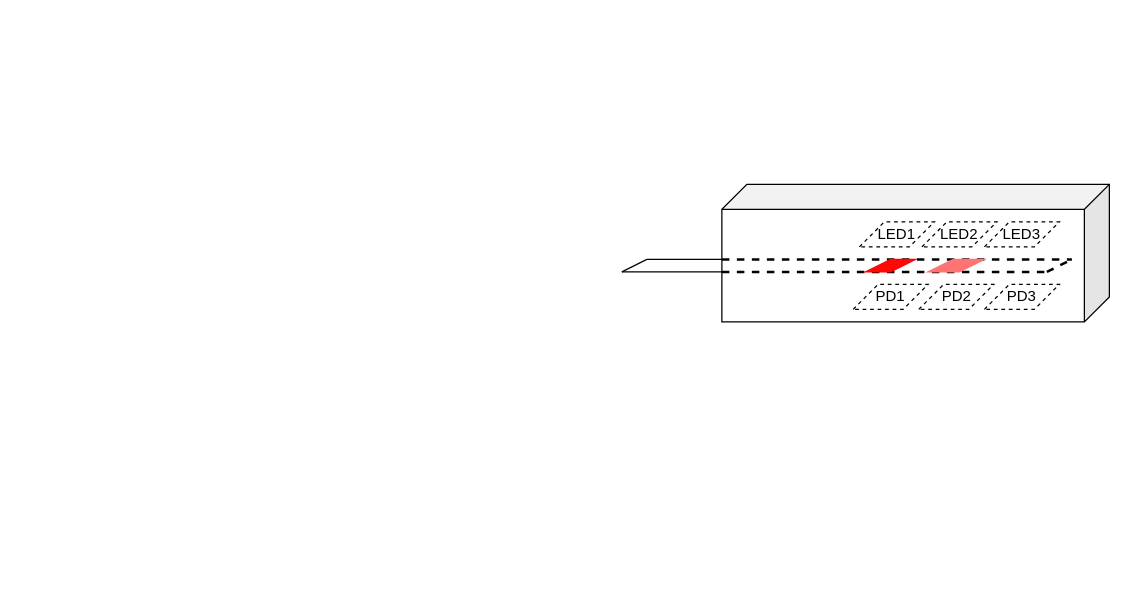
This is LFA_Graph1.drawio from marsukhongduoi/drawio_files, a draw.io file, before an edit. Source tidied: cells renumbered, new cells numbered last; positions are measured from the earlier drawing's top-left corner, leaving out a move shared by most shapes. Both pictures are drawn from the tidied source at 125%, with x=0, y=0 at pixel (621, 184).
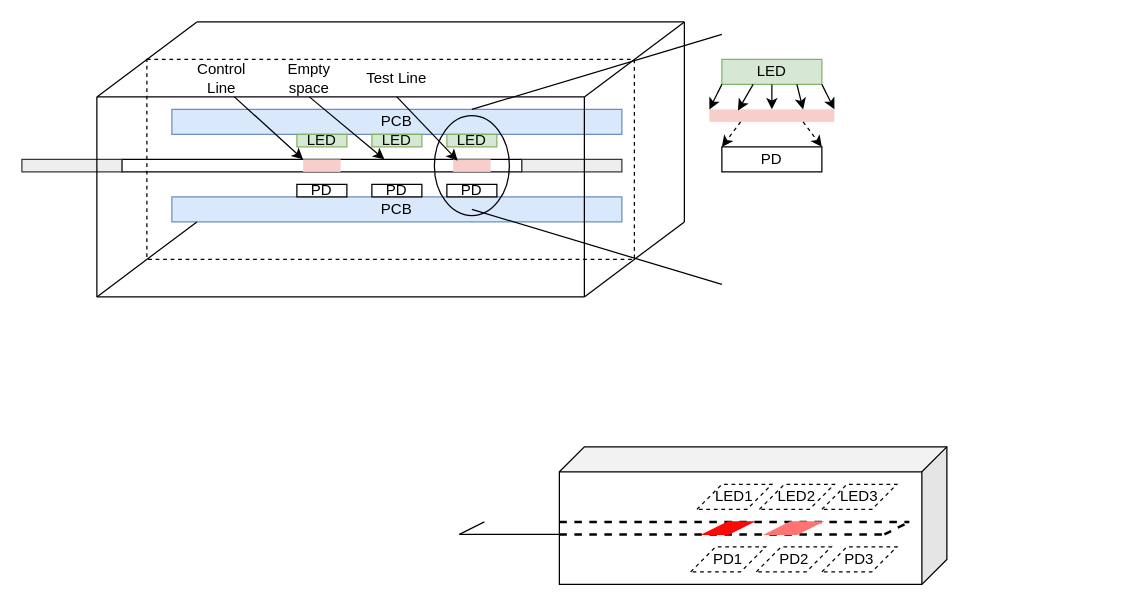
The same page after the edit.

The edit, as a diff of the source:
```diff
@@
+    <mxCell id="20" style="endArrow=none;html=1;rounded=0;exitX=0;exitY=0;exitDx=0;exitDy=0;" parent="1" edge="1">
+      <mxGeometry relative="1" as="geometry">
+        <mxPoint x="-420" y="-70" as="sourcePoint" />
+        <mxPoint x="-340" y="-130" as="targetPoint" />
+      </mxGeometry>
+    </mxCell>
+    <mxCell id="21" style="group;" parent="1" vertex="1">
+      <mxGeometry x="-130" y="210" width="390" height="110" as="geometry" />
+    </mxCell>
-    <mxCell id="2" style="shape=cube;whiteSpace=wrap;html=1;boundedLbl=1;backgroundOutline=1;darkOpacity=0.05;darkOpacity2=0.1;fillColor=none;direction=east;flipH=1;" parent="1" vertex="1">
+    <mxCell id="2" style="shape=cube;whiteSpace=wrap;html=1;boundedLbl=1;backgroundOutline=1;darkOpacity=0.05;darkOpacity2=0.1;fillColor=none;direction=east;flipH=1;" parent="21" vertex="1">
       <mxGeometry x="80" width="310" height="110" as="geometry" />
     </mxCell>
-    <mxCell id="3" value="LED1" style="shape=parallelogram;perimeter=parallelogramPerimeter;whiteSpace=wrap;html=1;fixedSize=1;dashed=1;" parent="1" vertex="1">
+    <mxCell id="3" value="LED1" style="shape=parallelogram;perimeter=parallelogramPerimeter;whiteSpace=wrap;html=1;fixedSize=1;dashed=1;" parent="21" vertex="1">
       <mxGeometry x="190" y="30" width="60" height="20" as="geometry" />
     </mxCell>
-    <mxCell id="4" value="LED2" style="shape=parallelogram;perimeter=parallelogramPerimeter;whiteSpace=wrap;html=1;fixedSize=1;dashed=1;" parent="1" vertex="1">
+    <mxCell id="4" value="LED2" style="shape=parallelogram;perimeter=parallelogramPerimeter;whiteSpace=wrap;html=1;fixedSize=1;dashed=1;" parent="21" vertex="1">
       <mxGeometry x="240" y="30" width="60" height="20" as="geometry" />
     </mxCell>
-    <mxCell id="5" value="LED3" style="shape=parallelogram;perimeter=parallelogramPerimeter;whiteSpace=wrap;html=1;fixedSize=1;dashed=1;" parent="1" vertex="1">
+    <mxCell id="5" value="LED3" style="shape=parallelogram;perimeter=parallelogramPerimeter;whiteSpace=wrap;html=1;fixedSize=1;dashed=1;" parent="21" vertex="1">
       <mxGeometry x="290" y="30" width="60" height="20" as="geometry" />
     </mxCell>
-    <mxCell id="6" value="PD1" style="shape=parallelogram;perimeter=parallelogramPerimeter;whiteSpace=wrap;html=1;fixedSize=1;dashed=1;" parent="1" vertex="1">
+    <mxCell id="6" value="PD1" style="shape=parallelogram;perimeter=parallelogramPerimeter;whiteSpace=wrap;html=1;fixedSize=1;dashed=1;" parent="21" vertex="1">
       <mxGeometry x="185" y="80" width="60" height="20" as="geometry" />
     </mxCell>
-    <mxCell id="7" value="PD2" style="shape=parallelogram;perimeter=parallelogramPerimeter;whiteSpace=wrap;html=1;fixedSize=1;dashed=1;" parent="1" vertex="1">
+    <mxCell id="7" value="PD2" style="shape=parallelogram;perimeter=parallelogramPerimeter;whiteSpace=wrap;html=1;fixedSize=1;dashed=1;" parent="21" vertex="1">
       <mxGeometry x="237.5" y="80" width="60" height="20" as="geometry" />
     </mxCell>
-    <mxCell id="8" value="PD3" style="shape=parallelogram;perimeter=parallelogramPerimeter;whiteSpace=wrap;html=1;fixedSize=1;dashed=1;" parent="1" vertex="1">
+    <mxCell id="8" value="PD3" style="shape=parallelogram;perimeter=parallelogramPerimeter;whiteSpace=wrap;html=1;fixedSize=1;dashed=1;" parent="21" vertex="1">
       <mxGeometry x="290" y="80" width="60" height="20" as="geometry" />
     </mxCell>
-    <mxCell id="9" style="endArrow=none;dashed=1;html=1;strokeWidth=2;rounded=0;" parent="1" edge="1">
+    <mxCell id="9" style="endArrow=none;dashed=1;html=1;strokeWidth=2;rounded=0;" parent="21" edge="1">
       <mxGeometry relative="1" as="geometry">
         <mxPoint x="80" y="60" as="sourcePoint" />
         <mxPoint x="360" y="60" as="targetPoint" />
       </mxGeometry>
     </mxCell>
@@
-    <mxCell id="11" style="endArrow=none;dashed=1;html=1;strokeWidth=2;rounded=0;" parent="1" edge="1">
+    <mxCell id="11" style="endArrow=none;dashed=1;html=1;strokeWidth=2;rounded=0;" parent="21" edge="1">
       <mxGeometry relative="1" as="geometry">
         <mxPoint x="80" y="70" as="sourcePoint" />
         <mxPoint x="340" y="70" as="targetPoint" />
       </mxGeometry>
     </mxCell>
@@
-    <mxCell id="13" style="endArrow=none;dashed=1;html=1;strokeWidth=2;rounded=0;" parent="1" edge="1">
+    <mxCell id="13" style="endArrow=none;dashed=1;html=1;strokeWidth=2;rounded=0;" parent="21" edge="1">
       <mxGeometry relative="1" as="geometry">
         <mxPoint x="340" y="70" as="sourcePoint" />
         <mxPoint x="360" y="60" as="targetPoint" />
       </mxGeometry>
     </mxCell>
@@
-    <mxCell id="15" style="endArrow=none;html=1;rounded=0;" parent="1" edge="1">
-      <mxGeometry relative="1" as="geometry">
-        <mxPoint x="20" y="60" as="sourcePoint" />
-        <mxPoint x="80" y="60" as="targetPoint" />
-      </mxGeometry>
-    </mxCell>
-    <mxCell id="16" style="endArrow=none;html=1;rounded=0;" parent="1" edge="1">
+    <mxCell id="16" style="endArrow=none;html=1;rounded=0;" parent="21" edge="1">
       <mxGeometry relative="1" as="geometry">
         <mxPoint x="20" y="70" as="sourcePoint" />
         <mxPoint x="80" y="70" as="targetPoint" />
         <Array as="points">
           <mxPoint y="70" />
         </Array>
       </mxGeometry>
     </mxCell>
-    <mxCell id="17" style="endArrow=none;html=1;rounded=0;" parent="1" edge="1">
+    <mxCell id="17" style="endArrow=none;html=1;rounded=0;" parent="21" edge="1">
       <mxGeometry relative="1" as="geometry">
         <mxPoint y="70" as="sourcePoint" />
         <mxPoint x="20" y="60" as="targetPoint" />
       </mxGeometry>
     </mxCell>
-    <mxCell id="18" style="shape=parallelogram;perimeter=parallelogramPerimeter;whiteSpace=wrap;html=1;fixedSize=1;strokeColor=#FF0303;fillColor=#FF0808;" parent="1" vertex="1">
+    <mxCell id="18" style="shape=parallelogram;perimeter=parallelogramPerimeter;whiteSpace=wrap;html=1;fixedSize=1;strokeColor=#FF0303;fillColor=#FF0808;" parent="21" vertex="1">
       <mxGeometry x="195" y="60" width="40" height="10" as="geometry" />
     </mxCell>
-    <mxCell id="19" style="shape=parallelogram;perimeter=parallelogramPerimeter;whiteSpace=wrap;html=1;fixedSize=1;strokeColor=#FF7373;fillColor=#FF7373;" parent="1" vertex="1">
+    <mxCell id="19" style="shape=parallelogram;perimeter=parallelogramPerimeter;whiteSpace=wrap;html=1;fixedSize=1;strokeColor=#FF7373;fillColor=#FF7373;" parent="21" vertex="1">
       <mxGeometry x="245" y="60" width="45" height="10" as="geometry" />
     </mxCell>
+    <mxCell id="22" style="endArrow=none;html=1;rounded=0;" parent="1" edge="1">
+      <mxGeometry relative="1" as="geometry">
+        <mxPoint x="50" y="30" as="sourcePoint" />
+        <mxPoint x="50" y="-130" as="targetPoint" />
+      </mxGeometry>
+    </mxCell>
+    <mxCell id="23" style="endArrow=none;html=1;rounded=0;" parent="1" edge="1">
+      <mxGeometry relative="1" as="geometry">
+        <mxPoint x="-340" y="-130" as="sourcePoint" />
+        <mxPoint x="50" y="-130" as="targetPoint" />
+      </mxGeometry>
+    </mxCell>
+    <mxCell id="24" value="PCB" style="rounded=0;whiteSpace=wrap;html=1;fillColor=#dae8fc;strokeColor=#6c8ebf;" parent="1" vertex="1">
+      <mxGeometry x="-360" y="-60" width="360" height="20" as="geometry" />
+    </mxCell>
+    <mxCell id="25" value="LED" style="rounded=0;whiteSpace=wrap;html=1;fillColor=#d5e8d4;strokeColor=#82b366;" parent="1" vertex="1">
+      <mxGeometry x="-140" y="-40" width="40" height="10" as="geometry" />
+    </mxCell>
+    <mxCell id="26" value="LED" style="rounded=0;whiteSpace=wrap;html=1;fillColor=#d5e8d4;strokeColor=#82b366;" parent="1" vertex="1">
+      <mxGeometry x="-200" y="-40" width="40" height="10" as="geometry" />
+    </mxCell>
+    <mxCell id="27" value="LED" style="rounded=0;whiteSpace=wrap;html=1;fillColor=#d5e8d4;strokeColor=#82b366;" parent="1" vertex="1">
+      <mxGeometry x="-260" y="-40" width="40" height="10" as="geometry" />
+    </mxCell>
+    <mxCell id="28" value="PCB" style="rounded=0;whiteSpace=wrap;html=1;fillColor=#dae8fc;strokeColor=#6c8ebf;" parent="1" vertex="1">
+      <mxGeometry x="-360" y="10" width="360" height="20" as="geometry" />
+    </mxCell>
+    <mxCell id="29" value="PD" style="rounded=0;whiteSpace=wrap;html=1;" parent="1" vertex="1">
+      <mxGeometry x="-260" width="40" height="10" as="geometry" />
+    </mxCell>
+    <mxCell id="30" style="rounded=0;whiteSpace=wrap;html=1;" parent="1" vertex="1">
+      <mxGeometry x="-400" y="-20" width="320" height="10" as="geometry" />
+    </mxCell>
+    <mxCell id="31" value="PD" style="rounded=0;whiteSpace=wrap;html=1;" parent="1" vertex="1">
+      <mxGeometry x="-200" width="40" height="10" as="geometry" />
+    </mxCell>
+    <mxCell id="32" value="PD" style="rounded=0;whiteSpace=wrap;html=1;" parent="1" vertex="1">
+      <mxGeometry x="-140" width="40" height="10" as="geometry" />
+    </mxCell>
+    <mxCell id="33" style="rounded=0;whiteSpace=wrap;html=1;fillColor=#f8cecc;strokeColor=none;" parent="1" vertex="1">
+      <mxGeometry x="-255" y="-20" width="30" height="10" as="geometry" />
+    </mxCell>
+    <mxCell id="34" style="rounded=0;whiteSpace=wrap;html=1;fillColor=#f8cecc;strokeColor=none;" parent="1" vertex="1">
+      <mxGeometry x="-135" y="-20" width="30" height="10" as="geometry" />
+    </mxCell>
+    <mxCell id="35" style="endArrow=classic;html=1;rounded=0;entryX=0;entryY=0;entryDx=0;entryDy=0;" parent="1" edge="1" target="33">
+      <mxGeometry relative="1" as="geometry">
+        <mxPoint x="-310" y="-70" as="sourcePoint" />
+      </mxGeometry>
+    </mxCell>
+    <mxCell id="36" style="endArrow=classic;html=1;rounded=0;entryX=0.121;entryY=0.1;entryDx=0;entryDy=0;entryPerimeter=0;" parent="1" edge="1" target="34">
+      <mxGeometry relative="1" as="geometry">
+        <mxPoint x="-180" y="-70" as="sourcePoint" />
+      </mxGeometry>
+    </mxCell>
+    <mxCell id="37" style="endArrow=classic;html=1;rounded=0;" parent="1" edge="1">
+      <mxGeometry relative="1" as="geometry">
+        <mxPoint x="-250" y="-70" as="sourcePoint" />
+        <mxPoint x="-190" y="-20" as="targetPoint" />
+      </mxGeometry>
+    </mxCell>
+    <mxCell id="38" value="Control Line" style="text;html=1;align=center;verticalAlign=middle;whiteSpace=wrap;rounded=0;" parent="1" vertex="1">
+      <mxGeometry x="-350" y="-100" width="60" height="30" as="geometry" />
+    </mxCell>
+    <mxCell id="39" value="Test Line" style="text;html=1;align=center;verticalAlign=middle;whiteSpace=wrap;rounded=0;" parent="1" vertex="1">
+      <mxGeometry x="-210" y="-100" width="60" height="30" as="geometry" />
+    </mxCell>
+    <mxCell id="40" value="Empty space" style="text;html=1;align=center;verticalAlign=middle;whiteSpace=wrap;rounded=0;" parent="1" vertex="1">
+      <mxGeometry x="-280" y="-100" width="60" height="30" as="geometry" />
+    </mxCell>
+    <mxCell id="41" style="rounded=0;whiteSpace=wrap;html=1;fillColor=#eeeeee;strokeColor=#36393d;" parent="1" vertex="1">
+      <mxGeometry x="-80" y="-20" width="80" height="10" as="geometry" />
+    </mxCell>
+    <mxCell id="42" style="rounded=0;whiteSpace=wrap;html=1;fillColor=#eeeeee;strokeColor=#36393d;" parent="1" vertex="1">
+      <mxGeometry x="-480" y="-20" width="80" height="10" as="geometry" />
+    </mxCell>
+    <mxCell id="43" style="rounded=0;whiteSpace=wrap;html=1;fillColor=none;dashed=1;" parent="1" vertex="1">
+      <mxGeometry x="-380" y="-100" width="390" height="160" as="geometry" />
+    </mxCell>
+    <mxCell id="44" style="endArrow=none;html=1;rounded=0;exitX=0;exitY=0;exitDx=0;exitDy=0;" parent="1" edge="1">
+      <mxGeometry relative="1" as="geometry">
+        <mxPoint x="-30" y="-70" as="sourcePoint" />
+        <mxPoint x="50" y="-130" as="targetPoint" />
+      </mxGeometry>
+    </mxCell>
+    <mxCell id="45" style="endArrow=none;html=1;rounded=0;exitX=0;exitY=0;exitDx=0;exitDy=0;" parent="1" edge="1">
+      <mxGeometry relative="1" as="geometry">
+        <mxPoint x="-30" y="90" as="sourcePoint" />
+        <mxPoint x="50" y="30" as="targetPoint" />
+      </mxGeometry>
+    </mxCell>
+    <mxCell id="46" style="endArrow=none;html=1;rounded=0;exitX=0;exitY=0;exitDx=0;exitDy=0;" parent="1" edge="1">
+      <mxGeometry relative="1" as="geometry">
+        <mxPoint x="-420" y="90" as="sourcePoint" />
+        <mxPoint x="-340" y="30" as="targetPoint" />
+      </mxGeometry>
+    </mxCell>
+    <mxCell id="47" style="endArrow=none;html=1;rounded=0;" parent="1" edge="1">
+      <mxGeometry relative="1" as="geometry">
+        <mxPoint x="-420" y="90" as="sourcePoint" />
+        <mxPoint x="-30" y="90" as="targetPoint" />
+      </mxGeometry>
+    </mxCell>
+    <mxCell id="48" style="endArrow=none;html=1;rounded=0;" parent="1" edge="1">
+      <mxGeometry relative="1" as="geometry">
+        <mxPoint x="-420" y="-70" as="sourcePoint" />
+        <mxPoint x="-30" y="-70" as="targetPoint" />
+      </mxGeometry>
+    </mxCell>
+    <mxCell id="49" style="endArrow=none;html=1;rounded=0;" parent="1" edge="1">
+      <mxGeometry relative="1" as="geometry">
+        <mxPoint x="-30" y="90" as="sourcePoint" />
+        <mxPoint x="-30" y="-70" as="targetPoint" />
+      </mxGeometry>
+    </mxCell>
+    <mxCell id="50" style="endArrow=none;html=1;rounded=0;" parent="1" edge="1">
+      <mxGeometry relative="1" as="geometry">
+        <mxPoint x="-420" y="90" as="sourcePoint" />
+        <mxPoint x="-420" y="-70" as="targetPoint" />
+      </mxGeometry>
+    </mxCell>
+    <mxCell id="51" style="ellipse;whiteSpace=wrap;html=1;fillColor=none;" parent="1" vertex="1">
+      <mxGeometry x="-150" y="-55" width="60" height="80" as="geometry" />
+    </mxCell>
+    <mxCell id="52" style="endArrow=none;html=1;rounded=0;" parent="1" edge="1">
+      <mxGeometry relative="1" as="geometry">
+        <mxPoint x="-120" y="-60" as="sourcePoint" />
+        <mxPoint x="80" y="-120" as="targetPoint" />
+      </mxGeometry>
+    </mxCell>
+    <mxCell id="53" style="endArrow=none;html=1;rounded=0;" parent="1" edge="1">
+      <mxGeometry relative="1" as="geometry">
+        <mxPoint x="-120" y="20" as="sourcePoint" />
+        <mxPoint x="80" y="80" as="targetPoint" />
+      </mxGeometry>
+    </mxCell>
+    <mxCell id="54" value="LED" style="rounded=0;whiteSpace=wrap;html=1;fillColor=#d5e8d4;strokeColor=#82b366;" parent="1" vertex="1">
+      <mxGeometry x="80" y="-100" width="80" height="20" as="geometry" />
+    </mxCell>
+    <mxCell id="55" style="rounded=0;whiteSpace=wrap;html=1;fillColor=#f8cecc;strokeColor=none;" parent="1" vertex="1">
+      <mxGeometry x="70" y="-60" width="100" height="10" as="geometry" />
+    </mxCell>
+    <mxCell id="56" value="PD" style="rounded=0;whiteSpace=wrap;html=1;" parent="1" vertex="1">
+      <mxGeometry x="80" y="-30" width="80" height="20" as="geometry" />
+    </mxCell>
+    <mxCell id="57" style="endArrow=classic;html=1;rounded=0;exitX=0;exitY=1;exitDx=0;exitDy=0;entryX=0;entryY=0;entryDx=0;entryDy=0;" parent="1" edge="1" source="54" target="55">
+      <mxGeometry relative="1" as="geometry" />
+    </mxCell>
+    <mxCell id="58" style="endArrow=classic;html=1;rounded=0;entryX=1;entryY=0;entryDx=0;entryDy=0;" parent="1" edge="1" target="55">
+      <mxGeometry relative="1" as="geometry">
+        <mxPoint x="160" y="-80" as="sourcePoint" />
+      </mxGeometry>
+    </mxCell>
+    <mxCell id="59" style="endArrow=classic;html=1;rounded=0;entryX=0.229;entryY=0.089;entryDx=0;entryDy=0;entryPerimeter=0;" parent="1" edge="1" target="55">
+      <mxGeometry relative="1" as="geometry">
+        <mxPoint x="105" y="-80" as="sourcePoint" />
+      </mxGeometry>
+    </mxCell>
+    <mxCell id="60" style="endArrow=classic;html=1;rounded=0;entryX=0.75;entryY=0;entryDx=0;entryDy=0;exitX=0.75;exitY=1;exitDx=0;exitDy=0;" parent="1" edge="1" source="54" target="55">
+      <mxGeometry relative="1" as="geometry" />
+    </mxCell>
+    <mxCell id="61" style="endArrow=classic;html=1;rounded=0;exitX=0.5;exitY=1;exitDx=0;exitDy=0;entryX=0.5;entryY=0;entryDx=0;entryDy=0;" parent="1" edge="1" source="54" target="55">
+      <mxGeometry relative="1" as="geometry" />
+    </mxCell>
+    <mxCell id="62" style="endArrow=classic;html=1;rounded=0;exitX=0.25;exitY=1;exitDx=0;exitDy=0;entryX=0;entryY=0;entryDx=0;entryDy=0;dashed=1;" parent="1" edge="1" source="55" target="56">
+      <mxGeometry relative="1" as="geometry" />
+    </mxCell>
+    <mxCell id="63" style="endArrow=classic;html=1;rounded=0;exitX=0.75;exitY=1;exitDx=0;exitDy=0;entryX=1;entryY=0;entryDx=0;entryDy=0;dashed=1;" parent="1" edge="1" source="55" target="56">
+      <mxGeometry relative="1" as="geometry" />
+    </mxCell>
```
